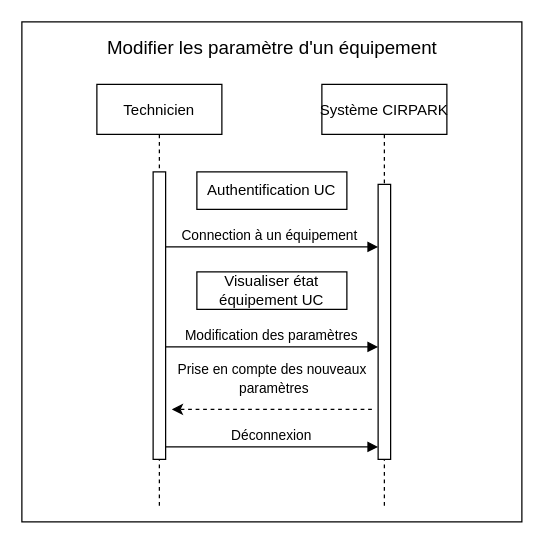
Before: page "Modifier parametre" (4 of 5) of Cirpark Theo Maxim Matteo diagramme sequence.drawio in Theo741/Cirpark, a draw.io diagram. Source tidied: cells renumbered, new cells numbered last; positions are measured from the earlier drawing's top-left corner, leaving out a move shared by most shapes. Both pictures are drawn from the tidied source at 125%, with x=0, y=0 at pixel (21, 21).
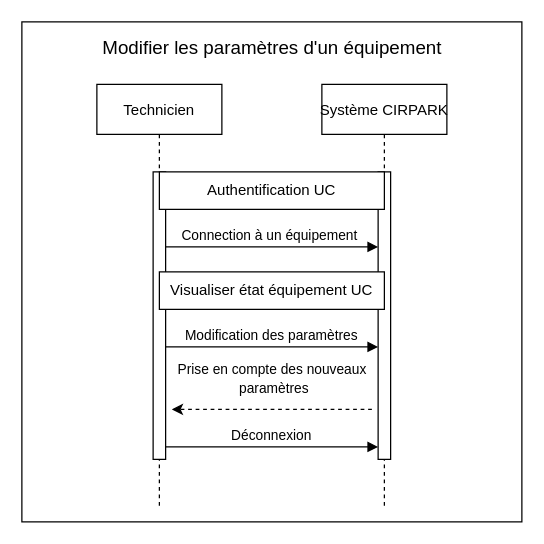
Above is the later version.

Diff of the diagram source:
```diff
@@
 <mxGraphModel>
   <root>
     <mxCell id="0" />
     <mxCell id="1" parent="0" />
     <mxCell id="2" style="whiteSpace=wrap;html=1;" parent="1" vertex="1">
       <mxGeometry width="400" height="400" as="geometry" />
     </mxCell>
     <mxCell id="3" value="Technicien" style="shape=umlLifeline;perimeter=lifelinePerimeter;rounded=0;shadow=0;strokeWidth=1;" parent="1" vertex="1">
       <mxGeometry x="60" y="50" width="100" height="340" as="geometry" />
     </mxCell>
     <mxCell id="4" style="perimeter=orthogonalPerimeter;rounded=0;shadow=0;strokeWidth=1;" parent="3" vertex="1">
       <mxGeometry x="45" y="70" width="10" height="230" as="geometry" />
     </mxCell>
     <mxCell id="5" value="Système CIRPARK" style="shape=umlLifeline;perimeter=lifelinePerimeter;rounded=0;shadow=0;strokeWidth=1;" parent="1" vertex="1">
       <mxGeometry x="240" y="50" width="100" height="340" as="geometry" />
     </mxCell>
     <mxCell id="6" style="perimeter=orthogonalPerimeter;rounded=0;shadow=0;strokeWidth=1;" parent="5" vertex="1">
-      <mxGeometry x="45" y="80" width="10" height="220" as="geometry" />
+      <mxGeometry x="45" y="70" width="10" height="230" as="geometry" />
     </mxCell>
     <mxCell id="7" value="Connection à un équipement " style="verticalAlign=bottom;endArrow=block;entryX=0;entryY=0;shadow=0;strokeWidth=1;" parent="1" edge="1">
       <mxGeometry relative="1" as="geometry">
         <mxPoint x="115" y="180" as="sourcePoint" />
         <mxPoint x="285" y="180" as="targetPoint" />
       </mxGeometry>
     </mxCell>
     <mxCell id="8" value="Authentification UC" style="rounded=0;whiteSpace=wrap;html=1;" parent="1" vertex="1">
-      <mxGeometry x="140" y="120" width="120" height="30" as="geometry" />
+      <mxGeometry x="110" y="120" width="180" height="30" as="geometry" />
     </mxCell>
     <mxCell id="9" value="Visualiser état équipement UC" style="rounded=0;whiteSpace=wrap;html=1;" parent="1" vertex="1">
-      <mxGeometry x="140" y="200" width="120" height="30" as="geometry" />
+      <mxGeometry x="110" y="200" width="180" height="30" as="geometry" />
     </mxCell>
     <mxCell id="10" value="Modification des paramètres" style="verticalAlign=bottom;endArrow=block;entryX=0;entryY=0;shadow=0;strokeWidth=1;" parent="1" edge="1">
       <mxGeometry relative="1" as="geometry">
         <mxPoint x="115" y="260" as="sourcePoint" />
         <mxPoint x="285" y="260" as="targetPoint" />
       </mxGeometry>
     </mxCell>
     <mxCell id="11" style="endArrow=classic;html=1;dashed=1;" parent="1" edge="1">
       <mxGeometry relative="1" as="geometry">
         <mxPoint x="280" y="310" as="sourcePoint" />
         <mxPoint x="120" y="310" as="targetPoint" />
       </mxGeometry>
     </mxCell>
     <mxCell id="12" value="&lt;font style=&quot;font-size: 11px&quot;&gt;Prise en compte des nouveaux&lt;br&gt;&amp;nbsp;paramètres&lt;/font&gt;" style="text;html=1;align=center;verticalAlign=middle;" parent="1" vertex="1">
       <mxGeometry x="115" y="270" width="170" height="30" as="geometry" />
     </mxCell>
     <mxCell id="13" value="Déconnexion" style="verticalAlign=bottom;endArrow=block;entryX=0;entryY=0;shadow=0;strokeWidth=1;" parent="1" edge="1">
       <mxGeometry relative="1" as="geometry">
         <mxPoint x="115" y="340" as="sourcePoint" />
         <mxPoint x="285" y="340" as="targetPoint" />
       </mxGeometry>
     </mxCell>
-    <mxCell id="14" value="Modifier les paramètre d'un équipement" style="text;html=1;align=center;verticalAlign=middle;fontSize=15;" parent="1" vertex="1">
-      <mxGeometry x="60" y="10" width="280" height="20" as="geometry" />
+    <mxCell id="14" value="Modifier les paramètres d'un équipement" style="text;html=1;align=center;verticalAlign=middle;fontSize=15;" parent="1" vertex="1">
+      <mxGeometry x="55" y="10" width="290" height="20" as="geometry" />
     </mxCell>
   </root>
 </mxGraphModel>
```
